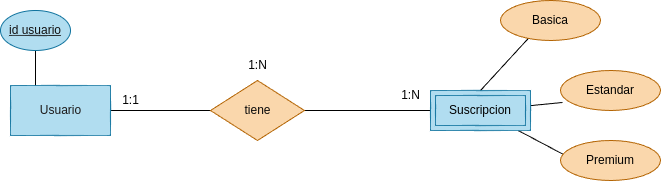
Above: tareas/tarea-3/images/ejercicio20.drawio.png in betancorge/base-datos-2 (draw.io), before the change. Source tidied: cells renumbered, new cells last; positions are measured from the earlier drawing's top-left corner, leaving out a move shared by most shapes. Its diagram source:
```xml
<mxGraphModel>
  <root>
    <mxCell id="0" />
    <mxCell id="1" parent="0" />
    <mxCell id="2" style="edgeStyle=none;html=1;endArrow=none;endFill=0;entryX=0.25;entryY=0;entryDx=0;entryDy=0;" parent="1" edge="1" source="3" target="5">
      <mxGeometry relative="1" as="geometry" />
    </mxCell>
    <mxCell id="3" value="id usuario" style="ellipse;whiteSpace=wrap;html=1;align=center;fontStyle=4;fillColor=#b1ddf0;strokeColor=#10739e;fontColor=#121111;" parent="1" vertex="1">
      <mxGeometry y="10" width="70" height="40" as="geometry" />
    </mxCell>
    <mxCell id="4" style="edgeStyle=none;html=1;entryX=0;entryY=0.5;entryDx=0;entryDy=0;endArrow=none;endFill=0;" parent="1" edge="1" source="5" target="7">
      <mxGeometry relative="1" as="geometry" />
    </mxCell>
    <mxCell id="5" value="&lt;font color=&quot;#1d1b1b&quot;&gt;Usuario&lt;/font&gt;" style="html=1;dashed=0;whitespace=wrap;fillColor=#b1ddf0;strokeColor=#10739e;" parent="1" vertex="1">
      <mxGeometry x="10" y="85" width="100" height="50" as="geometry" />
    </mxCell>
    <mxCell id="6" style="edgeStyle=none;html=1;entryX=0;entryY=0.5;entryDx=0;entryDy=0;fontColor=#000000;endArrow=none;endFill=0;" parent="1" edge="1" source="7" target="14">
      <mxGeometry relative="1" as="geometry" />
    </mxCell>
    <mxCell id="7" value="&lt;font color=&quot;#0a0a0a&quot;&gt;tiene&lt;/font&gt;" style="shape=rhombus;html=1;dashed=0;whitespace=wrap;perimeter=rhombusPerimeter;fillColor=#fad7ac;strokeColor=#b46504;" parent="1" vertex="1">
      <mxGeometry x="210" y="80" width="94" height="60" as="geometry" />
    </mxCell>
    <mxCell id="8" style="edgeStyle=none;html=1;entryX=-0.004;entryY=0.648;entryDx=0;entryDy=0;entryPerimeter=0;endArrow=none;endFill=0;exitX=0.5;exitY=0;exitDx=0;exitDy=0;" parent="1" edge="1" source="14">
      <mxGeometry relative="1" as="geometry">
        <mxPoint x="529.6" y="35.9" as="targetPoint" />
      </mxGeometry>
    </mxCell>
    <mxCell id="9" value="1:N" style="text;html=1;align=center;verticalAlign=middle;strokeColor=none;fillColor=none;" parent="1" vertex="1">
      <mxGeometry x="390" y="80" width="40" height="30" as="geometry" />
    </mxCell>
    <mxCell id="10" value="1:1" style="text;html=1;align=center;verticalAlign=middle;strokeColor=none;fillColor=none;" parent="1" vertex="1">
      <mxGeometry x="110" y="85" width="40" height="30" as="geometry" />
    </mxCell>
    <mxCell id="11" value="1:N" style="text;html=1;align=center;verticalAlign=middle;strokeColor=none;fillColor=none;" parent="1" vertex="1">
      <mxGeometry x="237" y="50" width="40" height="30" as="geometry" />
    </mxCell>
    <mxCell id="12" style="edgeStyle=none;html=1;entryX=0.02;entryY=0.8;entryDx=0;entryDy=0;entryPerimeter=0;fontColor=#000000;endArrow=none;endFill=0;" parent="1" edge="1" source="14" target="16">
      <mxGeometry relative="1" as="geometry" />
    </mxCell>
    <mxCell id="13" style="edgeStyle=none;html=1;entryX=0.03;entryY=0.35;entryDx=0;entryDy=0;entryPerimeter=0;fontColor=#000000;endArrow=none;endFill=0;" parent="1" edge="1" source="14" target="17">
      <mxGeometry relative="1" as="geometry" />
    </mxCell>
    <mxCell id="14" value="&lt;font color=&quot;#000000&quot;&gt;Suscripcion&lt;/font&gt;" style="shape=ext;margin=3;double=1;whiteSpace=wrap;html=1;align=center;fillColor=#b1ddf0;strokeColor=#10739e;" parent="1" vertex="1">
      <mxGeometry x="430" y="90" width="100" height="40" as="geometry" />
    </mxCell>
    <mxCell id="15" value="&lt;font color=&quot;#000000&quot;&gt;Basica&lt;/font&gt;" style="ellipse;whiteSpace=wrap;html=1;align=center;fillColor=#fad7ac;strokeColor=#b46504;" parent="1" vertex="1">
      <mxGeometry x="500" width="100" height="40" as="geometry" />
    </mxCell>
    <mxCell id="16" value="&lt;font color=&quot;#000000&quot;&gt;Estandar&lt;/font&gt;" style="ellipse;whiteSpace=wrap;html=1;align=center;fillColor=#fad7ac;strokeColor=#b46504;" parent="1" vertex="1">
      <mxGeometry x="560" y="70" width="100" height="40" as="geometry" />
    </mxCell>
    <mxCell id="17" value="&lt;font color=&quot;#000000&quot;&gt;Premium&lt;/font&gt;" style="ellipse;whiteSpace=wrap;html=1;align=center;fillColor=#fad7ac;strokeColor=#b46504;" parent="1" vertex="1">
      <mxGeometry x="560" y="140" width="100" height="40" as="geometry" />
    </mxCell>
  </root>
</mxGraphModel>
```
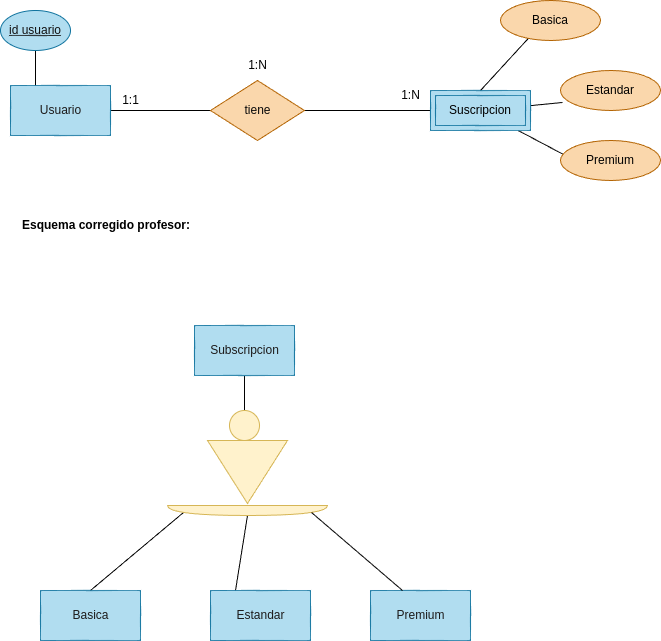
After the commit.

The edit, as a diff of the source:
```diff
@@ -52,5 +52,41 @@
     <mxCell id="17" value="&lt;font color=&quot;#000000&quot;&gt;Premium&lt;/font&gt;" style="ellipse;whiteSpace=wrap;html=1;align=center;fillColor=#fad7ac;strokeColor=#b46504;" parent="1" vertex="1">
       <mxGeometry x="560" y="140" width="100" height="40" as="geometry" />
     </mxCell>
+    <mxCell id="18" value="&lt;h1 style=&quot;margin-top: 0px;&quot;&gt;&lt;font style=&quot;font-size: 12px;&quot;&gt;Esquema corregido profesor:&lt;/font&gt;&lt;/h1&gt;" style="text;html=1;whiteSpace=wrap;overflow=hidden;rounded=0;" parent="1" vertex="1">
+      <mxGeometry x="20" y="200" width="190" height="50" as="geometry" />
+    </mxCell>
+    <mxCell id="19" style="edgeStyle=none;html=1;entryX=0.5;entryY=0;entryDx=0;entryDy=0;endArrow=none;endFill=0;" parent="1" edge="1" source="20" target="21">
+      <mxGeometry relative="1" as="geometry" />
+    </mxCell>
+    <mxCell id="20" value="&lt;font color=&quot;#1d1b1b&quot;&gt;Subscripcion&lt;/font&gt;" style="html=1;dashed=0;whitespace=wrap;fillColor=#b1ddf0;strokeColor=#10739e;" parent="1" vertex="1">
+      <mxGeometry x="194" y="325" width="100" height="50" as="geometry" />
+    </mxCell>
+    <mxCell id="21" style="ellipse;whiteSpace=wrap;html=1;fillColor=#fff2cc;strokeColor=#d6b656;" parent="1" vertex="1">
+      <mxGeometry x="229" y="410" width="30" height="30" as="geometry" />
+    </mxCell>
+    <mxCell id="22" style="triangle;whiteSpace=wrap;html=1;rotation=90;fillColor=#fff2cc;strokeColor=#d6b656;" parent="1" vertex="1">
+      <mxGeometry x="215.5" y="431.5" width="63" height="80" as="geometry" />
+    </mxCell>
+    <mxCell id="23" style="edgeStyle=none;html=1;exitX=0.7;exitY=0.9;exitDx=0;exitDy=0;exitPerimeter=0;entryX=0.5;entryY=0;entryDx=0;entryDy=0;endArrow=none;endFill=0;" parent="1" edge="1" source="25" target="26">
+      <mxGeometry relative="1" as="geometry" />
+    </mxCell>
+    <mxCell id="24" style="edgeStyle=none;html=1;exitX=1;exitY=0.5;exitDx=0;exitDy=0;exitPerimeter=0;entryX=0.25;entryY=0;entryDx=0;entryDy=0;endArrow=none;endFill=0;" parent="1" edge="1" source="25" target="27">
+      <mxGeometry relative="1" as="geometry" />
+    </mxCell>
+    <mxCell id="25" style="shape=or;whiteSpace=wrap;html=1;rotation=90;fillColor=#fff2cc;strokeColor=#d6b656;" parent="1" vertex="1">
+      <mxGeometry x="242" y="430" width="10" height="160" as="geometry" />
+    </mxCell>
+    <mxCell id="26" value="&lt;font color=&quot;#1d1b1b&quot;&gt;Basica&lt;/font&gt;" style="html=1;dashed=0;whitespace=wrap;fillColor=#b1ddf0;strokeColor=#10739e;" parent="1" vertex="1">
+      <mxGeometry x="40" y="590" width="100" height="50" as="geometry" />
+    </mxCell>
+    <mxCell id="27" value="&lt;font color=&quot;#1d1b1b&quot;&gt;Estandar&lt;/font&gt;" style="html=1;dashed=0;whitespace=wrap;fillColor=#b1ddf0;strokeColor=#10739e;" parent="1" vertex="1">
+      <mxGeometry x="210" y="590" width="100" height="50" as="geometry" />
+    </mxCell>
+    <mxCell id="28" value="&lt;font color=&quot;#1d1b1b&quot;&gt;Premium&lt;/font&gt;" style="html=1;dashed=0;whitespace=wrap;fillColor=#b1ddf0;strokeColor=#10739e;" parent="1" vertex="1">
+      <mxGeometry x="370" y="590" width="100" height="50" as="geometry" />
+    </mxCell>
+    <mxCell id="29" style="edgeStyle=none;html=1;exitX=0.7;exitY=0.1;exitDx=0;exitDy=0;exitPerimeter=0;entryX=0.32;entryY=0;entryDx=0;entryDy=0;entryPerimeter=0;endArrow=none;endFill=0;" parent="1" edge="1" source="25" target="28">
+      <mxGeometry relative="1" as="geometry" />
+    </mxCell>
   </root>
 </mxGraphModel>
```
